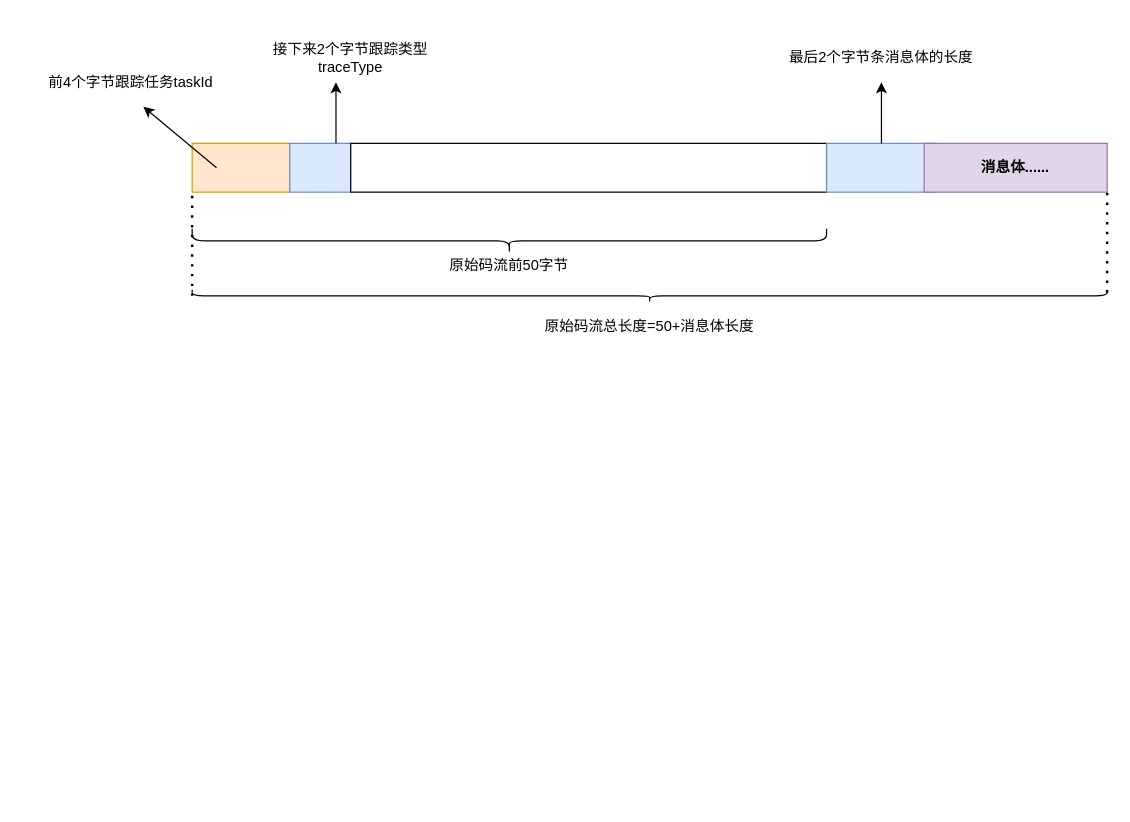
This is 1.drawio from daizuojian/daizuojian.github.io, a draw.io file, before an edit. Source tidied: cells renumbered, new cells numbered last; positions are measured from the earlier drawing's top-left corner, leaving out a move shared by most shapes. Both pictures are drawn from the tidied source at 122%, with x=0, y=0 at pixel (21, 21).
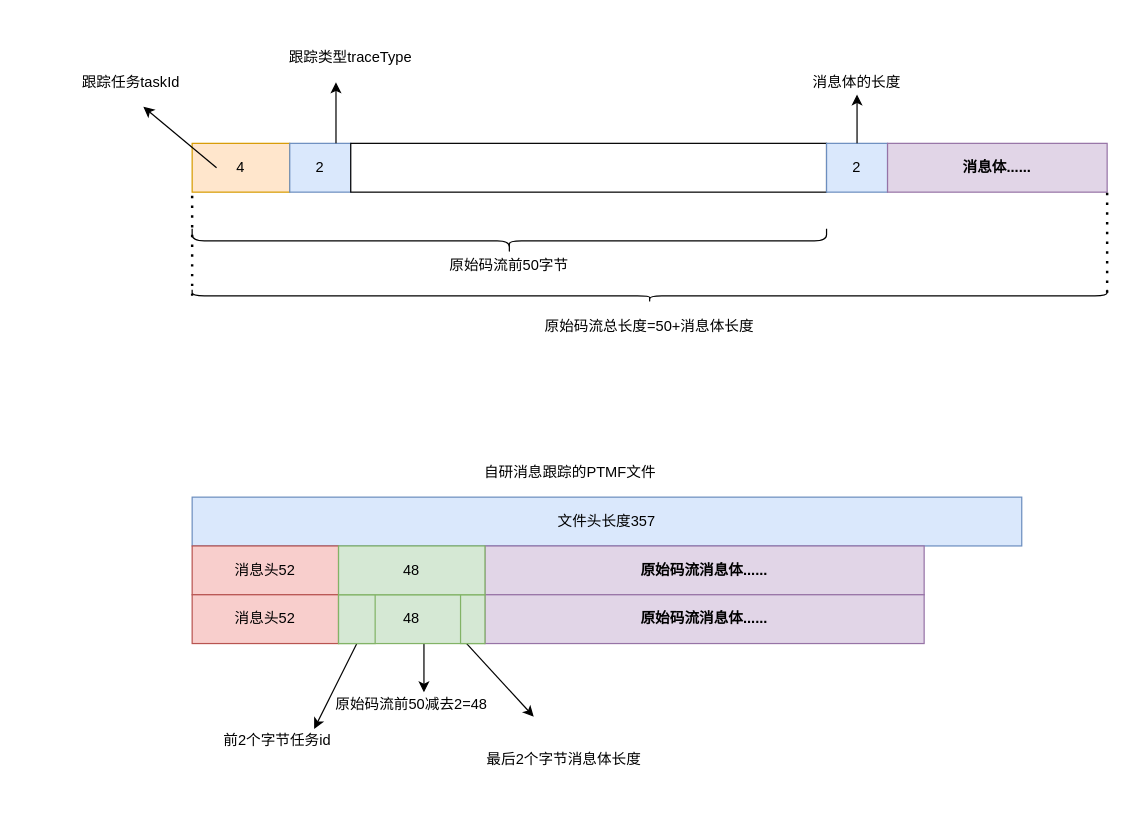
The same diagram, later.

Change to the diagram source:
```diff
@@
-    <mxCell id="2" style="rounded=0;whiteSpace=wrap;html=1;fillColor=#ffe6cc;strokeColor=#d79b00;" parent="1" vertex="1">
+    <mxCell id="2" value="4" style="rounded=0;whiteSpace=wrap;html=1;fillColor=#ffe6cc;strokeColor=#d79b00;" parent="1" vertex="1">
       <mxGeometry x="140" y="100" width="80" height="40" as="geometry" />
     </mxCell>
-    <mxCell id="3" style="rounded=0;whiteSpace=wrap;html=1;fillColor=#dae8fc;strokeColor=#6c8ebf;" parent="1" vertex="1">
+    <mxCell id="3" value="2" style="rounded=0;whiteSpace=wrap;html=1;fillColor=#dae8fc;strokeColor=#6c8ebf;" parent="1" vertex="1">
       <mxGeometry x="220" y="100" width="50" height="40" as="geometry" />
     </mxCell>
@@
-    <mxCell id="7" value="前4个字节跟踪任务taskId" style="text;strokeColor=none;align=center;fillColor=none;html=1;verticalAlign=middle;whiteSpace=wrap;rounded=0;" parent="1" vertex="1">
+    <mxCell id="7" value="跟踪任务taskId" style="text;strokeColor=none;align=center;fillColor=none;html=1;verticalAlign=middle;whiteSpace=wrap;rounded=0;" parent="1" vertex="1">
       <mxGeometry y="20" width="180" height="60" as="geometry" />
     </mxCell>
@@
-    <mxCell id="9" value="接下来2个字节跟踪类型traceType" style="text;strokeColor=none;align=center;fillColor=none;html=1;verticalAlign=middle;whiteSpace=wrap;rounded=0;" parent="1" vertex="1">
+    <mxCell id="9" value="跟踪类型traceType" style="text;strokeColor=none;align=center;fillColor=none;html=1;verticalAlign=middle;whiteSpace=wrap;rounded=0;" parent="1" vertex="1">
       <mxGeometry x="180" width="180" height="60" as="geometry" />
     </mxCell>
-    <mxCell id="10" style="rounded=0;whiteSpace=wrap;html=1;fillColor=#dae8fc;strokeColor=#6c8ebf;" parent="1" vertex="1">
-      <mxGeometry x="660" y="100" width="90" height="40" as="geometry" />
+    <mxCell id="10" value="2" style="rounded=0;whiteSpace=wrap;html=1;fillColor=#dae8fc;strokeColor=#6c8ebf;" parent="1" vertex="1">
+      <mxGeometry x="660" y="100" width="50" height="40" as="geometry" />
     </mxCell>
-    <mxCell id="11" value="最后2个字节条消息体的长度" style="text;strokeColor=none;align=center;fillColor=none;html=1;verticalAlign=middle;whiteSpace=wrap;rounded=0;" parent="1" vertex="1">
-      <mxGeometry x="615" width="180" height="60" as="geometry" />
+    <mxCell id="11" value="消息体的长度" style="text;strokeColor=none;align=center;fillColor=none;html=1;verticalAlign=middle;whiteSpace=wrap;rounded=0;" parent="1" vertex="1">
+      <mxGeometry x="595" y="20" width="180" height="60" as="geometry" />
     </mxCell>
     <mxCell id="12" value="&lt;b&gt;消息体......&lt;/b&gt;" style="rounded=0;whiteSpace=wrap;html=1;fillColor=#e1d5e7;strokeColor=#9673a6;" parent="1" vertex="1">
-      <mxGeometry x="740" y="100" width="150" height="40" as="geometry" />
+      <mxGeometry x="710" y="100" width="180" height="40" as="geometry" />
     </mxCell>
     <mxCell id="13" style="endArrow=classic;html=1;rounded=0;exitX=0.5;exitY=0;exitDx=0;exitDy=0;" parent="1" edge="1" source="10">
       <mxGeometry relative="1" as="geometry">
-        <mxPoint x="705" y="50" as="targetPoint" />
+        <mxPoint x="685" y="60" as="targetPoint" />
       </mxGeometry>
     </mxCell>
@@
+    <mxCell id="19" value="文件头长度357" style="rounded=0;whiteSpace=wrap;html=1;fillColor=#dae8fc;strokeColor=#6c8ebf;" parent="1" vertex="1">
+      <mxGeometry x="140" y="390" width="680" height="40" as="geometry" />
+    </mxCell>
+    <mxCell id="20" value="消息头52" style="rounded=0;whiteSpace=wrap;html=1;fillColor=#f8cecc;strokeColor=#b85450;" parent="1" vertex="1">
+      <mxGeometry x="140" y="430" width="120" height="40" as="geometry" />
+    </mxCell>
+    <mxCell id="21" value="&lt;b&gt;原始码流消息体......&lt;/b&gt;" style="rounded=0;whiteSpace=wrap;html=1;fillColor=#e1d5e7;strokeColor=#9673a6;" parent="1" vertex="1">
+      <mxGeometry x="380" y="430" width="360" height="40" as="geometry" />
+    </mxCell>
+    <mxCell id="22" style="endArrow=classic;html=1;rounded=0;" parent="1" edge="1">
+      <mxGeometry relative="1" as="geometry">
+        <mxPoint x="330" y="510" as="sourcePoint" />
+        <mxPoint x="330" y="550" as="targetPoint" />
+      </mxGeometry>
+    </mxCell>
+    <mxCell id="23" value="原始码流前50减去2=48" style="text;strokeColor=none;align=center;fillColor=none;html=1;verticalAlign=middle;whiteSpace=wrap;rounded=0;" parent="1" vertex="1">
+      <mxGeometry x="230" y="530" width="180" height="60" as="geometry" />
+    </mxCell>
+    <mxCell id="24" style="endArrow=classic;html=1;rounded=0;exitX=0.5;exitY=1;exitDx=0;exitDy=0;" parent="1" edge="1" source="32">
+      <mxGeometry relative="1" as="geometry">
+        <mxPoint x="240" y="580" as="targetPoint" />
+      </mxGeometry>
+    </mxCell>
+    <mxCell id="25" value="前2个字节任务id" style="text;strokeColor=none;align=center;fillColor=none;html=1;verticalAlign=middle;whiteSpace=wrap;rounded=0;" parent="1" vertex="1">
+      <mxGeometry x="120" y="540" width="180" height="100" as="geometry" />
+    </mxCell>
+    <mxCell id="26" style="endArrow=classic;html=1;rounded=0;" parent="1" edge="1">
+      <mxGeometry relative="1" as="geometry">
+        <mxPoint x="365" y="510" as="sourcePoint" />
+        <mxPoint x="420" y="570" as="targetPoint" />
+      </mxGeometry>
+    </mxCell>
+    <mxCell id="27" value="最后2个字节消息体长度" style="text;strokeColor=none;align=center;fillColor=none;html=1;verticalAlign=middle;whiteSpace=wrap;rounded=0;" parent="1" vertex="1">
+      <mxGeometry x="360" y="580" width="170" height="50" as="geometry" />
+    </mxCell>
+    <mxCell id="28" value="自研消息跟踪的PTMF文件" style="text;strokeColor=none;align=center;fillColor=none;html=1;verticalAlign=middle;whiteSpace=wrap;rounded=0;" parent="1" vertex="1">
+      <mxGeometry x="360" y="320" width="180" height="100" as="geometry" />
+    </mxCell>
+    <mxCell id="29" value="消息头52" style="rounded=0;whiteSpace=wrap;html=1;fillColor=#f8cecc;strokeColor=#b85450;" parent="1" vertex="1">
+      <mxGeometry x="140" y="470" width="120" height="40" as="geometry" />
+    </mxCell>
+    <mxCell id="30" value="48" style="rounded=0;whiteSpace=wrap;html=1;fillColor=#d5e8d4;strokeColor=#82b366;" parent="1" vertex="1">
+      <mxGeometry x="260" y="470" width="120" height="40" as="geometry" />
+    </mxCell>
+    <mxCell id="31" value="&lt;b&gt;原始码流消息体......&lt;/b&gt;" style="rounded=0;whiteSpace=wrap;html=1;fillColor=#e1d5e7;strokeColor=#9673a6;" parent="1" vertex="1">
+      <mxGeometry x="380" y="470" width="360" height="40" as="geometry" />
+    </mxCell>
+    <mxCell id="32" style="rounded=0;whiteSpace=wrap;html=1;fillColor=#d5e8d4;strokeColor=#82b366;" parent="1" vertex="1">
+      <mxGeometry x="260" y="470" width="30" height="40" as="geometry" />
+    </mxCell>
+    <mxCell id="33" style="rounded=0;whiteSpace=wrap;html=1;fillColor=#d5e8d4;strokeColor=#82b366;" parent="1" vertex="1">
+      <mxGeometry x="360" y="470" width="20" height="40" as="geometry" />
+    </mxCell>
+    <mxCell id="34" value="48" style="rounded=0;whiteSpace=wrap;html=1;fillColor=#d5e8d4;strokeColor=#82b366;" parent="1" vertex="1">
+      <mxGeometry x="260" y="430" width="120" height="40" as="geometry" />
+    </mxCell>
```
